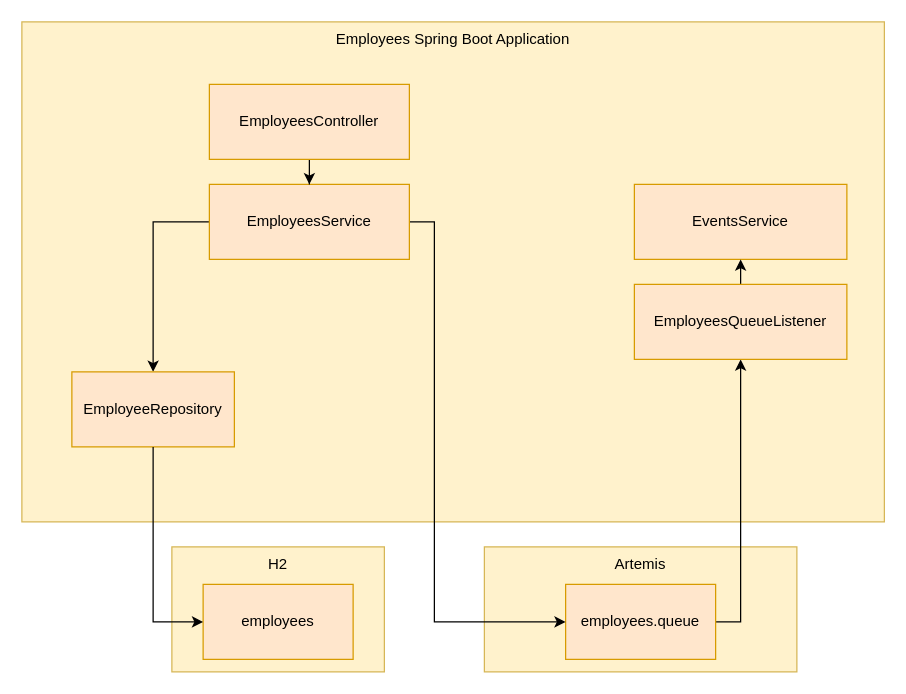
Above: artifacts/posts/2021-01-04-spring-boot-elosztott-tranzakciokezeles/alkalmazas.drawio in vicziani/vicziani.github.com (draw.io), before the change. Source tidied: cells renumbered, new cells numbered last; positions are measured from the earlier drawing's top-left corner, leaving out a move shared by most shapes. Both pictures are drawn from the tidied source at 125%, with x=0, y=0 at pixel (21, 21).
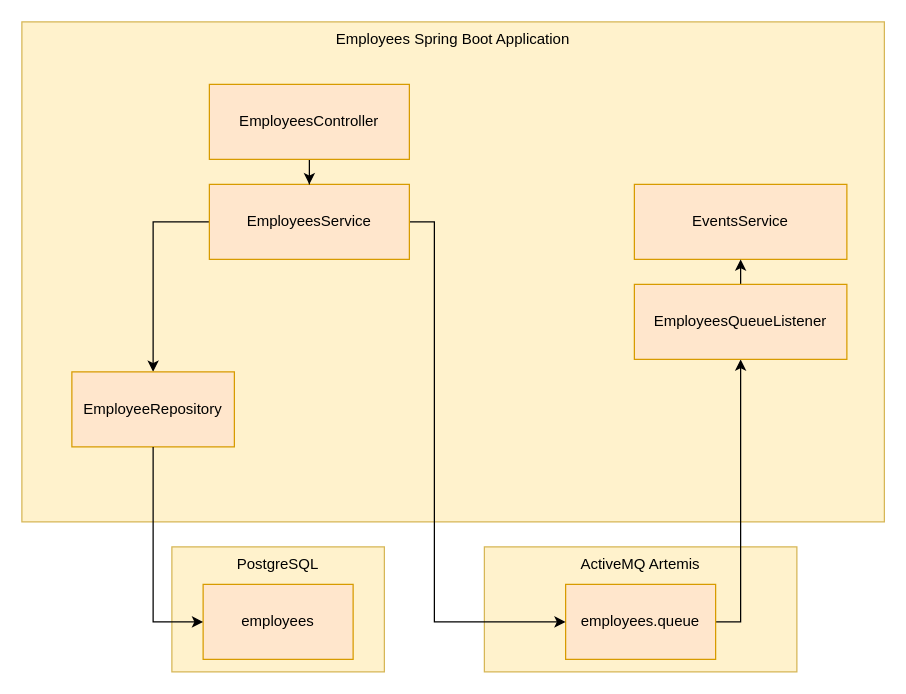
The same diagram, later.

Diff of the diagram source:
```diff
@@
 <mxGraphModel>
   <root>
     <mxCell id="0" />
     <mxCell id="1" parent="0" />
-    <mxCell id="2" value="Artemis" style="rounded=0;whiteSpace=wrap;html=1;fillColor=#fff2cc;strokeColor=#d6b656;verticalAlign=top;" parent="1" vertex="1">
+    <mxCell id="2" value="ActiveMQ Artemis" style="rounded=0;whiteSpace=wrap;html=1;fillColor=#fff2cc;strokeColor=#d6b656;verticalAlign=top;" parent="1" vertex="1">
       <mxGeometry x="370" y="420" width="250" height="100" as="geometry" />
     </mxCell>
     <mxCell id="3" value="Employees Spring Boot Application" style="rounded=0;whiteSpace=wrap;html=1;verticalAlign=top;fillColor=#fff2cc;strokeColor=#d6b656;" parent="1" vertex="1">
       <mxGeometry width="690" height="400" as="geometry" />
     </mxCell>
     <mxCell id="4" style="edgeStyle=orthogonalEdgeStyle;rounded=0;jettySize=auto;html=1;exitX=1;exitY=0.5;exitDx=0;exitDy=0;" parent="1" edge="1" source="5" target="13">
       <mxGeometry relative="1" as="geometry" />
     </mxCell>
     <mxCell id="5" value="employees.queue" style="rounded=0;whiteSpace=wrap;html=1;fillColor=#ffe6cc;strokeColor=#d79b00;" parent="1" vertex="1">
       <mxGeometry x="435" y="450" width="120" height="60" as="geometry" />
     </mxCell>
     <mxCell id="6" style="edgeStyle=orthogonalEdgeStyle;rounded=0;jettySize=auto;html=1;exitX=1;exitY=0.5;exitDx=0;exitDy=0;entryX=0;entryY=0.5;entryDx=0;entryDy=0;" parent="1" edge="1" source="8" target="5">
       <mxGeometry relative="1" as="geometry">
         <Array as="points">
           <mxPoint x="330" y="160" />
           <mxPoint x="330" y="480" />
         </Array>
       </mxGeometry>
     </mxCell>
     <mxCell id="7" style="edgeStyle=orthogonalEdgeStyle;rounded=0;jettySize=auto;html=1;exitX=0;exitY=0.5;exitDx=0;exitDy=0;" parent="1" edge="1" source="8" target="14">
       <mxGeometry relative="1" as="geometry" />
     </mxCell>
     <mxCell id="8" value="EmployeesService" style="rounded=0;whiteSpace=wrap;html=1;fillColor=#ffe6cc;strokeColor=#d79b00;" parent="1" vertex="1">
       <mxGeometry x="150" y="130" width="160" height="60" as="geometry" />
     </mxCell>
     <mxCell id="9" style="edgeStyle=orthogonalEdgeStyle;rounded=0;jettySize=auto;html=1;entryX=0.5;entryY=0;entryDx=0;entryDy=0;" parent="1" edge="1" source="10" target="8">
       <mxGeometry relative="1" as="geometry" />
     </mxCell>
     <mxCell id="10" value="EmployeesController" style="rounded=0;whiteSpace=wrap;html=1;fillColor=#ffe6cc;strokeColor=#d79b00;" parent="1" vertex="1">
       <mxGeometry x="150" y="50" width="160" height="60" as="geometry" />
     </mxCell>
     <mxCell id="11" value="EventsService" style="rounded=0;whiteSpace=wrap;html=1;fillColor=#ffe6cc;strokeColor=#d79b00;" parent="1" vertex="1">
       <mxGeometry x="490" y="130" width="170" height="60" as="geometry" />
     </mxCell>
     <mxCell id="12" style="edgeStyle=orthogonalEdgeStyle;rounded=0;jettySize=auto;html=1;exitX=0.5;exitY=0;exitDx=0;exitDy=0;entryX=0.5;entryY=1;entryDx=0;entryDy=0;" parent="1" edge="1" source="13" target="11">
       <mxGeometry relative="1" as="geometry" />
     </mxCell>
     <mxCell id="13" value="EmployeesQueueListener" style="rounded=0;whiteSpace=wrap;html=1;fillColor=#ffe6cc;strokeColor=#d79b00;" parent="1" vertex="1">
       <mxGeometry x="490" y="210" width="170" height="60" as="geometry" />
     </mxCell>
     <mxCell id="14" value="EmployeeRepository" style="rounded=0;whiteSpace=wrap;html=1;fillColor=#ffe6cc;strokeColor=#d79b00;" parent="1" vertex="1">
       <mxGeometry x="40" y="280" width="130" height="60" as="geometry" />
     </mxCell>
-    <mxCell id="15" value="H2" style="rounded=0;whiteSpace=wrap;html=1;fillColor=#fff2cc;strokeColor=#d6b656;verticalAlign=top;" parent="1" vertex="1">
+    <mxCell id="15" value="PostgreSQL" style="rounded=0;whiteSpace=wrap;html=1;fillColor=#fff2cc;strokeColor=#d6b656;verticalAlign=top;" parent="1" vertex="1">
       <mxGeometry x="120" y="420" width="170" height="100" as="geometry" />
     </mxCell>
     <mxCell id="16" value="employees" style="rounded=0;whiteSpace=wrap;html=1;fillColor=#ffe6cc;strokeColor=#d79b00;" parent="1" vertex="1">
       <mxGeometry x="145" y="450" width="120" height="60" as="geometry" />
     </mxCell>
     <mxCell id="17" style="edgeStyle=orthogonalEdgeStyle;rounded=0;jettySize=auto;html=1;exitX=0.5;exitY=1;exitDx=0;exitDy=0;entryX=0;entryY=0.5;entryDx=0;entryDy=0;" parent="1" edge="1" source="14" target="16">
       <mxGeometry relative="1" as="geometry" />
     </mxCell>
   </root>
 </mxGraphModel>
```
